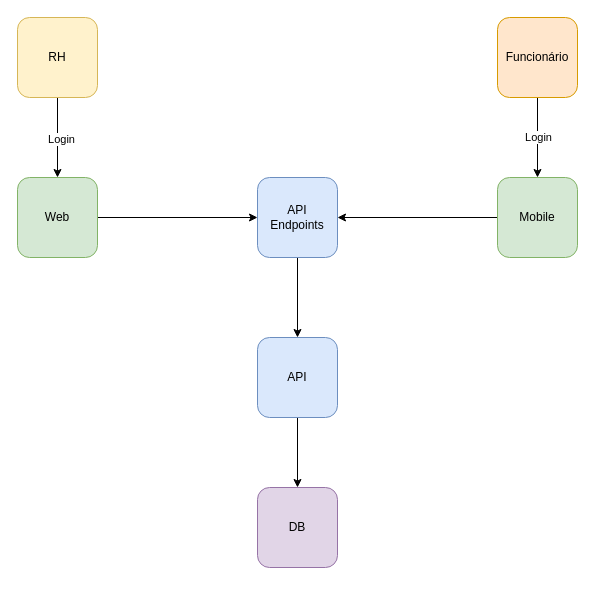
The draw.io diagram c4_contexto.drawio in Portfolio-AtWork/.github, before the edit. Source tidied: cells renumbered, new cells numbered last; positions are measured from the earlier drawing's top-left corner, leaving out a move shared by most shapes. Both pictures are drawn from the tidied source at 100%, with x=0, y=0 at pixel (17, 17).
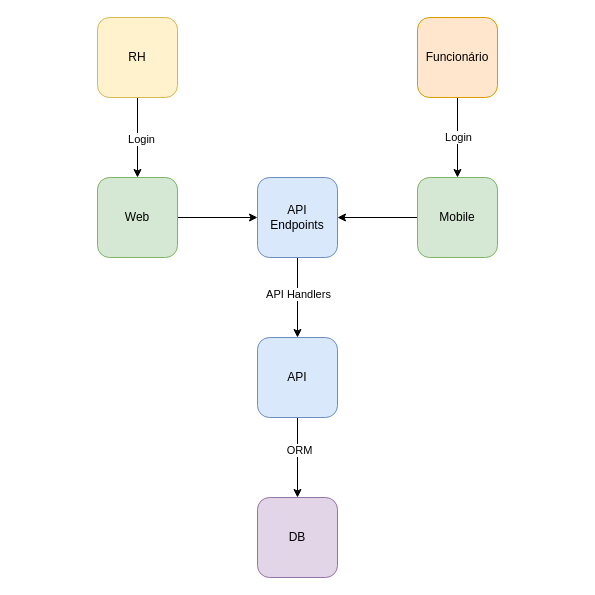
After the change.

What changed in the source:
```diff
@@
 <mxGraphModel>
   <root>
     <mxCell id="0" />
     <mxCell id="1" parent="0" />
     <mxCell id="2" style="edgeStyle=orthogonalEdgeStyle;rounded=0;jettySize=auto;html=1;entryX=0.5;entryY=0;entryDx=0;entryDy=0;" parent="1" edge="1" source="4" target="9">
       <mxGeometry relative="1" as="geometry" />
     </mxCell>
     <mxCell id="3" value="Login" style="edgeLabel;html=1;align=center;verticalAlign=middle;" parent="2" vertex="1">
       <mxGeometry x="0.03" y="3" relative="1" as="geometry" />
     </mxCell>
     <mxCell id="4" value="RH" style="rounded=1;whiteSpace=wrap;html=1;fillColor=#fff2cc;strokeColor=#d6b656;" parent="1" vertex="1">
-      <mxGeometry width="80" height="80" as="geometry" />
+      <mxGeometry x="80" width="80" height="80" as="geometry" />
     </mxCell>
     <mxCell id="5" style="edgeStyle=orthogonalEdgeStyle;rounded=0;jettySize=auto;html=1;entryX=0.5;entryY=0;entryDx=0;entryDy=0;" parent="1" edge="1" source="7" target="11">
       <mxGeometry relative="1" as="geometry" />
     </mxCell>
     <mxCell id="6" value="Login" style="edgeLabel;html=1;align=center;verticalAlign=middle;" parent="5" vertex="1">
       <mxGeometry x="-0.02" relative="1" as="geometry" />
     </mxCell>
     <mxCell id="7" value="Funcionário" style="rounded=1;whiteSpace=wrap;html=1;fillColor=#ffe6cc;strokeColor=#d79b00;" parent="1" vertex="1">
-      <mxGeometry x="480" width="80" height="80" as="geometry" />
+      <mxGeometry x="400" width="80" height="80" as="geometry" />
     </mxCell>
     <mxCell id="8" style="edgeStyle=orthogonalEdgeStyle;rounded=0;jettySize=auto;html=1;" parent="1" edge="1" source="9" target="13">
       <mxGeometry relative="1" as="geometry" />
     </mxCell>
     <mxCell id="9" value="Web" style="rounded=1;whiteSpace=wrap;html=1;fillColor=#d5e8d4;strokeColor=#82b366;" parent="1" vertex="1">
-      <mxGeometry y="160" width="80" height="80" as="geometry" />
+      <mxGeometry x="80" y="160" width="80" height="80" as="geometry" />
     </mxCell>
     <mxCell id="10" style="edgeStyle=orthogonalEdgeStyle;rounded=0;jettySize=auto;html=1;entryX=1;entryY=0.5;entryDx=0;entryDy=0;" parent="1" edge="1" source="11" target="13">
       <mxGeometry relative="1" as="geometry" />
     </mxCell>
     <mxCell id="11" value="Mobile" style="rounded=1;whiteSpace=wrap;html=1;fillColor=#d5e8d4;strokeColor=#82b366;" parent="1" vertex="1">
-      <mxGeometry x="480" y="160" width="80" height="80" as="geometry" />
+      <mxGeometry x="400" y="160" width="80" height="80" as="geometry" />
     </mxCell>
     <mxCell id="12" style="edgeStyle=orthogonalEdgeStyle;rounded=0;jettySize=auto;html=1;entryX=0.5;entryY=0;entryDx=0;entryDy=0;" parent="1" edge="1" source="13" target="16">
       <mxGeometry relative="1" as="geometry" />
     </mxCell>
+    <mxCell id="17" value="API Handlers" style="edgeLabel;html=1;align=center;verticalAlign=middle;" parent="12" vertex="1">
+      <mxGeometry x="-0.1" relative="1" as="geometry" />
+    </mxCell>
     <mxCell id="13" value="API&lt;div&gt;Endpoints&lt;/div&gt;" style="rounded=1;whiteSpace=wrap;html=1;fillColor=#dae8fc;strokeColor=#6c8ebf;" parent="1" vertex="1">
       <mxGeometry x="240" y="160" width="80" height="80" as="geometry" />
     </mxCell>
     <mxCell id="14" value="DB" style="rounded=1;whiteSpace=wrap;html=1;fillColor=#e1d5e7;strokeColor=#9673a6;" parent="1" vertex="1">
-      <mxGeometry x="240" y="470" width="80" height="80" as="geometry" />
+      <mxGeometry x="240" y="480" width="80" height="80" as="geometry" />
     </mxCell>
     <mxCell id="15" style="edgeStyle=orthogonalEdgeStyle;rounded=0;jettySize=auto;html=1;entryX=0.5;entryY=0;entryDx=0;entryDy=0;" parent="1" edge="1" source="16" target="14">
       <mxGeometry relative="1" as="geometry" />
     </mxCell>
+    <mxCell id="18" value="ORM" style="edgeLabel;html=1;align=center;verticalAlign=middle;" parent="15" vertex="1">
+      <mxGeometry x="-0.2" y="1" relative="1" as="geometry" />
+    </mxCell>
     <mxCell id="16" value="API" style="rounded=1;whiteSpace=wrap;html=1;fillColor=#dae8fc;strokeColor=#6c8ebf;" parent="1" vertex="1">
       <mxGeometry x="240" y="320" width="80" height="80" as="geometry" />
     </mxCell>
   </root>
 </mxGraphModel>
```
